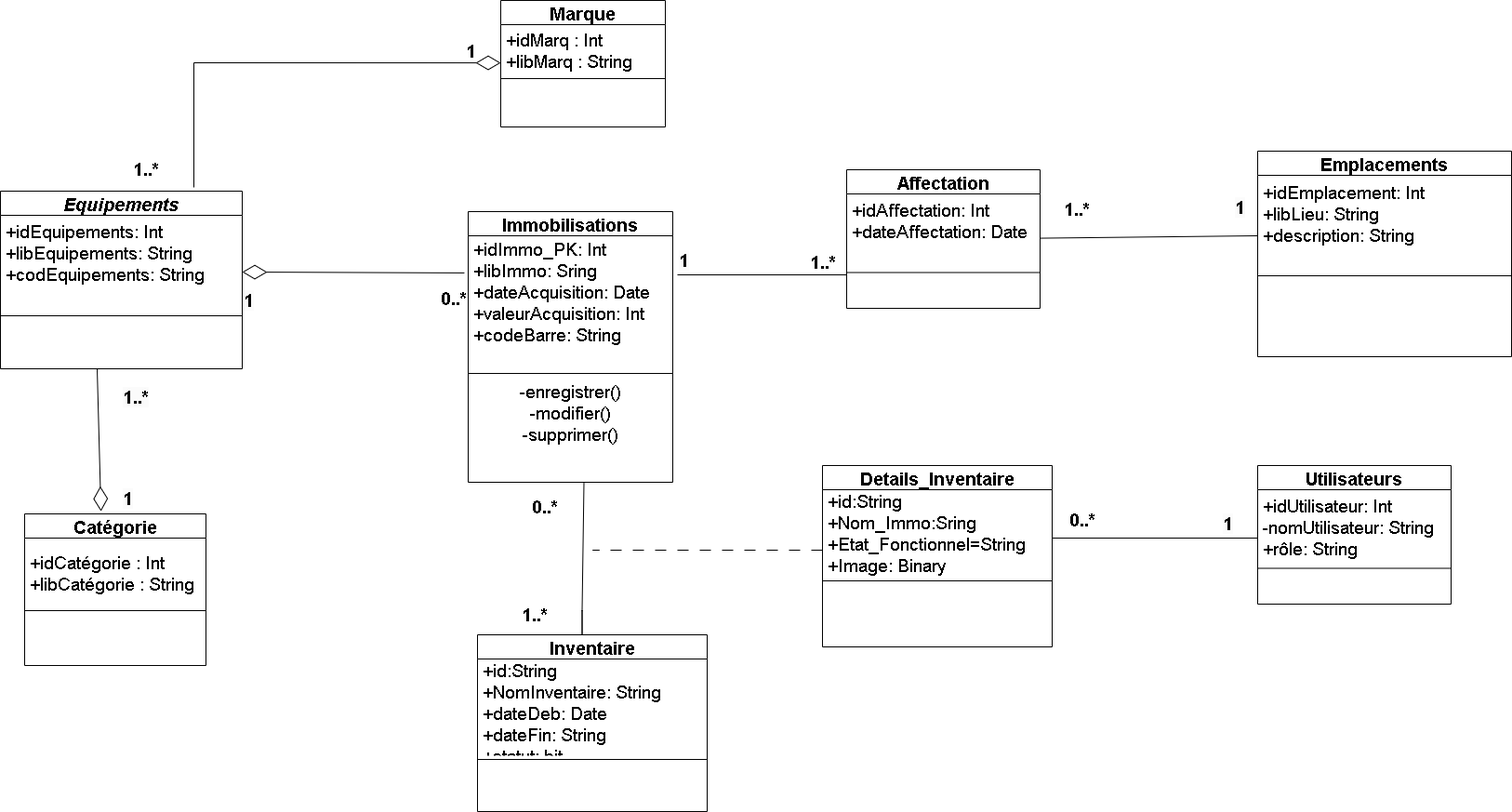
Earlier version of the draw.io export Diagramme de classe1.drawio.png (Joahnne-25/Folder_Diagramme-soutenance). Source tidied: cells renumbered, new cells last; positions are measured from the earlier drawing's top-left corner, leaving out a move shared by most shapes.
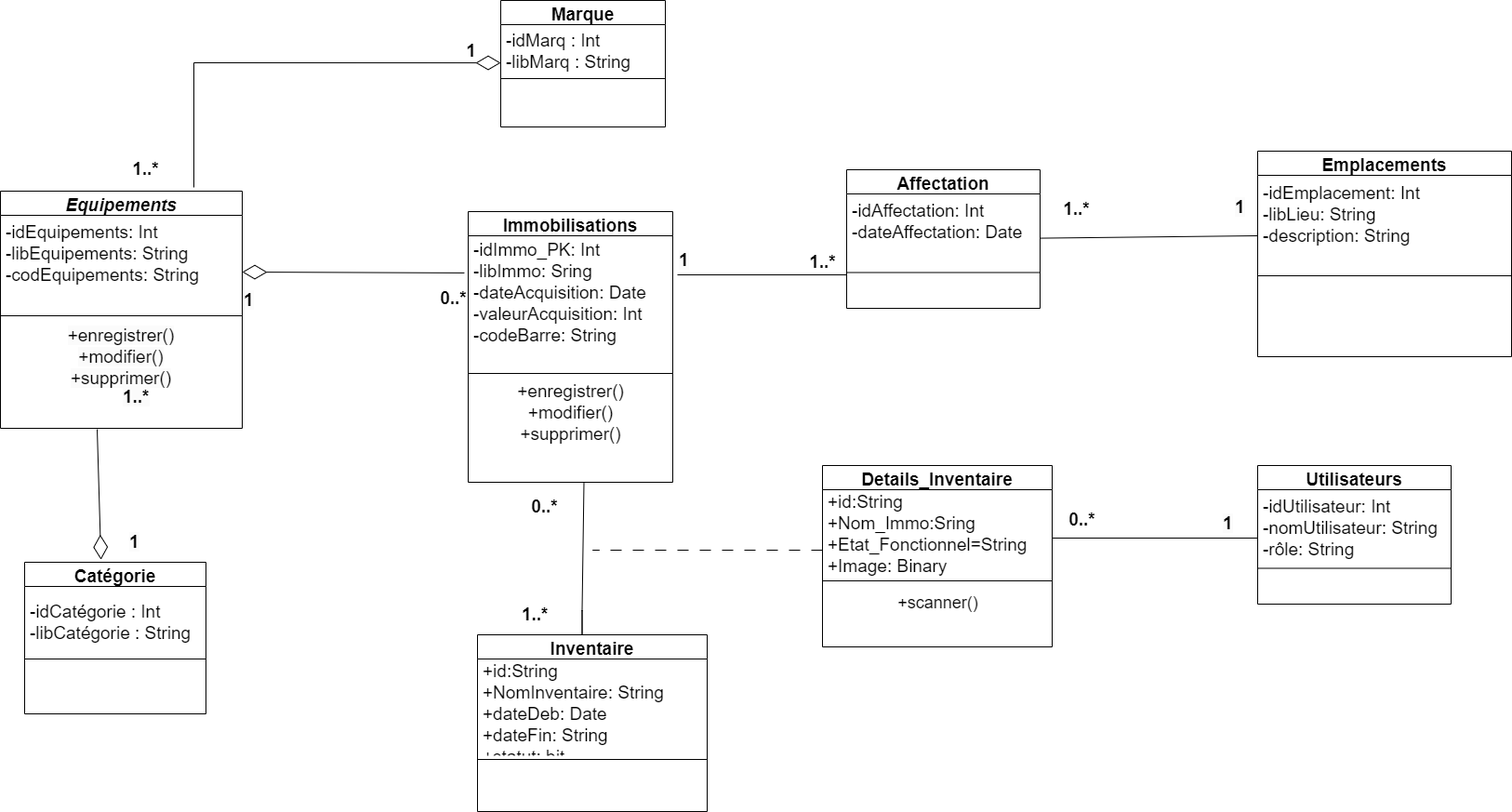
After the change.

Commit message:
Mettre à jour Diagramme de classe1.drawio.png

What changed in the source:
```diff
@@ -3,21 +3,24 @@
     <mxCell id="0" />
     <mxCell id="1" parent="0" />
     <mxCell id="2" value="Equipements" style="swimlane;fontStyle=3;align=center;verticalAlign=middle;horizontal=1;startSize=26;rounded=0;shadow=0;strokeWidth=1;fontSize=19;" parent="1" vertex="1">
-      <mxGeometry y="205" width="260" height="191" as="geometry" />
+      <mxGeometry y="205" width="260" height="255" as="geometry" />
     </mxCell>
     <mxCell id="3" style="edgeStyle=orthogonalEdgeStyle;rounded=0;orthogonalLoop=1;jettySize=auto;html=1;exitX=1;exitY=0.5;exitDx=0;exitDy=0;fontSize=19;verticalAlign=middle;" parent="2" edge="1" source="4" target="4">
       <mxGeometry relative="1" as="geometry" />
     </mxCell>
-    <mxCell id="4" value="+idEquipements: Int&#10;+libEquipements: String&#10;+codEquipements: String&#10;" style="text;align=left;verticalAlign=top;spacingLeft=4;spacingRight=4;overflow=hidden;points=[[0,0.5],[1,0.5]];portConstraint=eastwest;fontSize=19;" parent="2" vertex="1">
+    <mxCell id="4" value="-idEquipements: Int&#10;-libEquipements: String&#10;-codEquipements: String&#10;" style="text;align=left;verticalAlign=top;spacingLeft=4;spacingRight=4;overflow=hidden;points=[[0,0.5],[1,0.5]];portConstraint=eastwest;fontSize=19;" parent="2" vertex="1">
       <mxGeometry y="26" width="260" height="104" as="geometry" />
     </mxCell>
     <mxCell id="5" style="line;html=1;strokeWidth=1;align=left;verticalAlign=middle;spacingTop=-1;spacingLeft=3;spacingRight=3;labelPosition=right;fontSize=19;" parent="2" vertex="1">
       <mxGeometry y="130" width="260" height="8" as="geometry" />
     </mxCell>
+    <mxCell id="53" value="&lt;span style=&quot;color: rgb(0, 0, 0); font-family: Helvetica; font-size: 19px; font-style: normal; font-variant-ligatures: normal; font-variant-caps: normal; font-weight: 400; letter-spacing: normal; orphans: 2; text-indent: 0px; text-transform: none; widows: 2; word-spacing: 0px; -webkit-text-stroke-width: 0px; background-color: rgb(251, 251, 251); text-decoration-thickness: initial; text-decoration-style: initial; text-decoration-color: initial; float: none; display: inline !important;&quot;&gt;+enregistrer()&lt;/span&gt;&lt;br style=&quot;border-color: var(--border-color); color: rgb(0, 0, 0); font-family: Helvetica; font-size: 19px; font-style: normal; font-variant-ligatures: normal; font-variant-caps: normal; font-weight: 400; letter-spacing: normal; orphans: 2; text-indent: 0px; text-transform: none; widows: 2; word-spacing: 0px; -webkit-text-stroke-width: 0px; background-color: rgb(251, 251, 251); text-decoration-thickness: initial; text-decoration-style: initial; text-decoration-color: initial;&quot;&gt;&lt;span style=&quot;color: rgb(0, 0, 0); font-family: Helvetica; font-size: 19px; font-style: normal; font-variant-ligatures: normal; font-variant-caps: normal; font-weight: 400; letter-spacing: normal; orphans: 2; text-indent: 0px; text-transform: none; widows: 2; word-spacing: 0px; -webkit-text-stroke-width: 0px; background-color: rgb(251, 251, 251); text-decoration-thickness: initial; text-decoration-style: initial; text-decoration-color: initial; float: none; display: inline !important;&quot;&gt;+modifier()&lt;/span&gt;&lt;br style=&quot;border-color: var(--border-color); color: rgb(0, 0, 0); font-family: Helvetica; font-size: 19px; font-style: normal; font-variant-ligatures: normal; font-variant-caps: normal; font-weight: 400; letter-spacing: normal; orphans: 2; text-indent: 0px; text-transform: none; widows: 2; word-spacing: 0px; -webkit-text-stroke-width: 0px; background-color: rgb(251, 251, 251); text-decoration-thickness: initial; text-decoration-style: initial; text-decoration-color: initial;&quot;&gt;&lt;span style=&quot;color: rgb(0, 0, 0); font-family: Helvetica; font-size: 19px; font-style: normal; font-variant-ligatures: normal; font-variant-caps: normal; font-weight: 400; letter-spacing: normal; orphans: 2; text-indent: 0px; text-transform: none; widows: 2; word-spacing: 0px; -webkit-text-stroke-width: 0px; background-color: rgb(251, 251, 251); text-decoration-thickness: initial; text-decoration-style: initial; text-decoration-color: initial; float: none; display: inline !important;&quot;&gt;+supprimer()&lt;/span&gt;" style="text;whiteSpace=wrap;html=1;align=center;" parent="2" vertex="1">
+      <mxGeometry y="138" width="260" height="83" as="geometry" />
+    </mxCell>
     <mxCell id="6" value="Marque" style="swimlane;fontStyle=1;align=center;verticalAlign=middle;horizontal=1;startSize=26;rounded=0;shadow=0;strokeWidth=1;fontSize=19;" parent="1" vertex="1">
       <mxGeometry x="538" width="177" height="136" as="geometry" />
     </mxCell>
-    <mxCell id="7" value="+idMarq : Int&#10;+libMarq : String" style="text;align=left;verticalAlign=middle;spacingLeft=4;spacingRight=4;overflow=hidden;fontSize=19;" parent="6" vertex="1">
+    <mxCell id="7" value="-idMarq : Int&#10;-libMarq : String" style="text;align=left;verticalAlign=middle;spacingLeft=4;spacingRight=4;overflow=hidden;fontSize=19;" parent="6" vertex="1">
       <mxGeometry y="26" width="177" height="54" as="geometry" />
     </mxCell>
     <mxCell id="8" style="line;html=1;strokeWidth=1;align=left;verticalAlign=middle;spacingTop=-1;spacingLeft=3;spacingRight=3;labelPosition=right;fontSize=19;" parent="6" vertex="1">
@@ -26,7 +29,7 @@
     <mxCell id="9" value="Emplacements" style="swimlane;fontStyle=1;align=center;verticalAlign=middle;horizontal=1;startSize=26;rounded=0;shadow=0;strokeWidth=1;fontSize=19;" parent="1" vertex="1">
       <mxGeometry x="1352" y="162" width="273" height="221" as="geometry" />
     </mxCell>
-    <mxCell id="10" value="+idEmplacement: Int&#10;+libLieu: String&#10;+description: String&#10;" style="text;align=left;verticalAlign=middle;spacingLeft=4;spacingRight=4;overflow=hidden;fontSize=19;" parent="9" vertex="1">
+    <mxCell id="10" value="-idEmplacement: Int&#10;-libLieu: String&#10;-description: String&#10;" style="text;align=left;verticalAlign=middle;spacingLeft=4;spacingRight=4;overflow=hidden;fontSize=19;" parent="9" vertex="1">
       <mxGeometry y="26" width="273" height="104" as="geometry" />
     </mxCell>
     <mxCell id="11" style="line;html=1;strokeWidth=1;align=left;verticalAlign=middle;spacingTop=-1;spacingLeft=3;spacingRight=3;labelPosition=right;fontSize=19;" parent="9" vertex="1">
@@ -35,13 +38,13 @@
     <mxCell id="12" value="Immobilisations" style="swimlane;fontStyle=1;align=center;verticalAlign=middle;horizontal=1;startSize=26;rounded=0;shadow=0;strokeWidth=1;fontSize=19;" parent="1" vertex="1">
       <mxGeometry x="503" y="227" width="220" height="291" as="geometry" />
     </mxCell>
-    <mxCell id="13" value="+idImmo_PK: Int&#10;+libImmo: Sring&#10;+dateAcquisition: Date&#10;+valeurAcquisition: Int&#10;+codeBarre: String&#10;&#10;&#10;" style="text;align=left;verticalAlign=middle;spacingLeft=4;spacingRight=4;overflow=hidden;fontSize=19;spacingTop=2;" parent="12" vertex="1">
+    <mxCell id="13" value="-idImmo_PK: Int&#10;-libImmo: Sring&#10;-dateAcquisition: Date&#10;-valeurAcquisition: Int&#10;-codeBarre: String&#10;&#10;&#10;" style="text;align=left;verticalAlign=middle;spacingLeft=4;spacingRight=4;overflow=hidden;fontSize=19;spacingTop=2;" parent="12" vertex="1">
       <mxGeometry y="26" width="220" height="144" as="geometry" />
     </mxCell>
     <mxCell id="14" style="line;html=1;strokeWidth=1;align=left;verticalAlign=middle;spacingTop=-1;spacingLeft=3;spacingRight=3;labelPosition=right;fontSize=19;" parent="12" vertex="1">
       <mxGeometry y="170" width="220" height="8" as="geometry" />
     </mxCell>
-    <mxCell id="15" value="&lt;font style=&quot;font-size: 19px;&quot;&gt;-enregistrer()&lt;br style=&quot;font-size: 19px;&quot;&gt;-modifier()&lt;br style=&quot;font-size: 19px;&quot;&gt;-supprimer()&lt;br style=&quot;font-size: 19px;&quot;&gt;&lt;/font&gt;" style="text;html=1;align=center;verticalAlign=middle;strokeColor=none;fillColor=none;fontSize=19;" parent="12" vertex="1">
+    <mxCell id="15" value="&lt;font style=&quot;font-size: 19px;&quot;&gt;+enregistrer()&lt;br style=&quot;font-size: 19px;&quot;&gt;+modifier()&lt;br style=&quot;font-size: 19px;&quot;&gt;+supprimer()&lt;br style=&quot;font-size: 19px;&quot;&gt;&lt;/font&gt;" style="text;html=1;align=center;verticalAlign=middle;strokeColor=none;fillColor=none;fontSize=19;" parent="12" vertex="1">
       <mxGeometry y="178" width="220" height="78" as="geometry" />
     </mxCell>
     <mxCell id="16" value="Inventaire" style="swimlane;fontStyle=1;align=center;verticalAlign=middle;horizontal=1;startSize=26;rounded=0;shadow=0;strokeWidth=1;fontSize=19;" parent="1" vertex="1">
@@ -62,19 +65,22 @@
     <mxCell id="21" style="line;html=1;strokeWidth=1;align=left;verticalAlign=middle;spacingTop=-1;spacingLeft=3;spacingRight=3;labelPosition=right;fontSize=19;" parent="19" vertex="1">
       <mxGeometry y="120" width="247" height="8" as="geometry" />
     </mxCell>
+    <mxCell id="54" value="&lt;font style=&quot;font-size: 18px;&quot;&gt;+scanner()&lt;/font&gt;" style="text;html=1;align=center;verticalAlign=middle;strokeColor=none;fillColor=none;" parent="19" vertex="1">
+      <mxGeometry y="128" width="247" height="39" as="geometry" />
+    </mxCell>
     <mxCell id="22" value="Affectation" style="swimlane;fontStyle=1;align=center;verticalAlign=middle;horizontal=1;startSize=26;rounded=0;shadow=0;strokeWidth=1;fontSize=19;" parent="1" vertex="1">
       <mxGeometry x="910" y="182" width="208" height="149" as="geometry" />
     </mxCell>
-    <mxCell id="23" value="+idAffectation: Int&#10;+dateAffectation: Date&#10;&#10;&#10;" style="text;align=left;verticalAlign=top;spacingLeft=4;spacingRight=4;overflow=hidden;fontSize=19;" parent="22" vertex="1">
+    <mxCell id="23" value="-idAffectation: Int&#10;-dateAffectation: Date&#10;&#10;&#10;" style="text;align=left;verticalAlign=top;spacingLeft=4;spacingRight=4;overflow=hidden;fontSize=19;" parent="22" vertex="1">
       <mxGeometry y="26" width="208" height="78" as="geometry" />
     </mxCell>
     <mxCell id="24" style="line;html=1;strokeWidth=1;align=left;verticalAlign=middle;spacingTop=-1;spacingLeft=3;spacingRight=3;labelPosition=right;fontSize=19;" parent="22" vertex="1">
       <mxGeometry y="104" width="208" height="13" as="geometry" />
     </mxCell>
     <mxCell id="25" value="Catégorie" style="swimlane;fontStyle=1;align=center;verticalAlign=middle;horizontal=1;startSize=26;rounded=0;shadow=0;strokeWidth=1;fontSize=19;" parent="1" vertex="1">
-      <mxGeometry x="26" y="552" width="195" height="163" as="geometry" />
+      <mxGeometry x="26" y="604" width="195" height="163" as="geometry" />
     </mxCell>
-    <mxCell id="26" value="+idCatégorie : Int&#10;+libCatégorie : String" style="text;align=left;verticalAlign=middle;spacingLeft=4;spacingRight=4;overflow=hidden;fontSize=19;" parent="25" vertex="1">
+    <mxCell id="26" value="-idCatégorie : Int&#10;-libCatégorie : String" style="text;align=left;verticalAlign=middle;spacingLeft=4;spacingRight=4;overflow=hidden;fontSize=19;" parent="25" vertex="1">
       <mxGeometry y="26" width="195" height="74" as="geometry" />
     </mxCell>
     <mxCell id="27" style="line;html=1;strokeWidth=1;align=left;verticalAlign=middle;spacingTop=-1;spacingLeft=3;spacingRight=3;labelPosition=right;fontSize=19;" parent="25" vertex="1">
@@ -114,7 +120,7 @@
     <mxCell id="34" value="Utilisateurs" style="swimlane;fontStyle=1;align=center;verticalAlign=middle;horizontal=1;startSize=26;rounded=0;shadow=0;strokeWidth=1;fontSize=19;" parent="1" vertex="1">
       <mxGeometry x="1352" y="500" width="208" height="149" as="geometry" />
     </mxCell>
-    <mxCell id="35" value="+idUtilisateur: Int&#10;-nomUtilisateur: String&#10;+rôle: String&#10;&#10;&#10;" style="text;align=left;verticalAlign=top;spacingLeft=4;spacingRight=4;overflow=hidden;fontSize=19;" parent="34" vertex="1">
+    <mxCell id="35" value="-idUtilisateur: Int&#10;-nomUtilisateur: String&#10;-rôle: String&#10;&#10;&#10;" style="text;align=left;verticalAlign=top;spacingLeft=4;spacingRight=4;overflow=hidden;fontSize=19;" parent="34" vertex="1">
       <mxGeometry y="26" width="208" height="78" as="geometry" />
     </mxCell>
     <mxCell id="36" style="line;html=1;strokeWidth=1;align=left;verticalAlign=middle;spacingTop=-1;spacingLeft=3;spacingRight=3;labelPosition=right;fontSize=19;" parent="34" vertex="1">
@@ -136,7 +142,7 @@
       <mxGeometry x="130" y="409" width="65" height="30" as="geometry" />
     </mxCell>
     <mxCell id="40" value="&lt;b style=&quot;border-color: var(--border-color); color: rgb(0, 0, 0); font-family: Helvetica; font-size: 19px; font-style: normal; font-variant-ligatures: normal; font-variant-caps: normal; letter-spacing: normal; orphans: 2; text-align: center; text-indent: 0px; text-transform: none; widows: 2; word-spacing: 0px; -webkit-text-stroke-width: 0px; background-color: rgb(251, 251, 251); text-decoration-thickness: initial; text-decoration-style: initial; text-decoration-color: initial;&quot;&gt;1&lt;/b&gt;" style="text;whiteSpace=wrap;html=1;" parent="1" vertex="1">
-      <mxGeometry x="130" y="518" width="52" height="39" as="geometry" />
+      <mxGeometry x="136.5" y="565" width="52" height="39" as="geometry" />
     </mxCell>
     <mxCell id="41" style="endArrow=diamondThin;endFill=0;endSize=24;html=1;rounded=0;" parent="1" edge="1">
       <mxGeometry relative="1" as="geometry">
@@ -149,7 +155,7 @@
     </mxCell>
     <mxCell id="42" style="endArrow=diamondThin;endFill=0;endSize=24;html=1;rounded=0;entryX=0.421;entryY=-0.017;entryDx=0;entryDy=0;entryPerimeter=0;" parent="1" edge="1" target="25">
       <mxGeometry relative="1" as="geometry">
-        <mxPoint x="104" y="396" as="sourcePoint" />
+        <mxPoint x="104" y="461" as="sourcePoint" />
       </mxGeometry>
     </mxCell>
     <mxCell id="43" style="endArrow=diamondThin;endFill=0;endSize=24;html=1;rounded=0;exitX=0.729;exitY=-0.207;exitDx=0;exitDy=0;exitPerimeter=0;" parent="1" edge="1" source="29">
```
